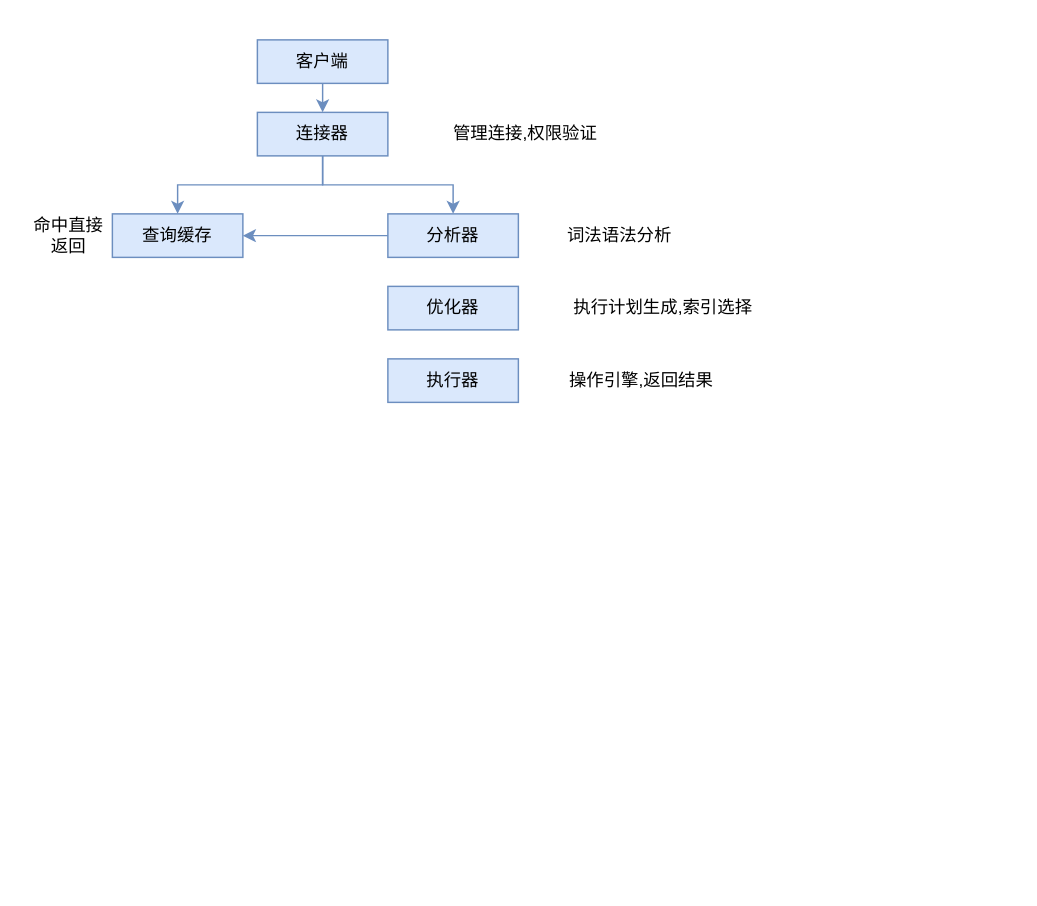
Earlier version of the draw.io diagram mysql.drawio (872575323/diagrams). Source tidied: cells renumbered, new cells numbered last; positions are measured from the earlier drawing's top-left corner, leaving out a move shared by most shapes. Both pictures are drawn from the tidied source at 145%, with x=0, y=0 at pixel (25, 39).
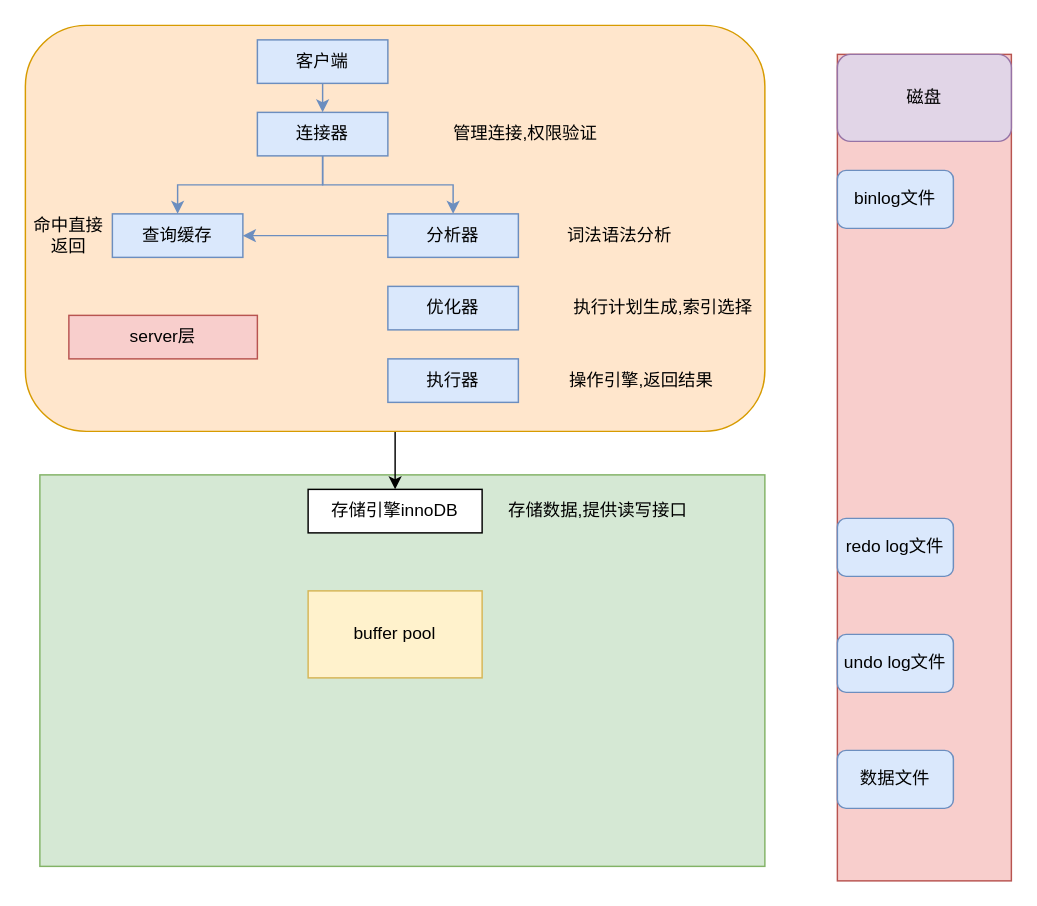
The same diagram, later.

The edit, as a diff of the source:
```diff
@@
+    <mxCell id="17" style="rounded=0;whiteSpace=wrap;html=1;fillColor=#d5e8d4;strokeColor=#82b366;" parent="1" vertex="1">
+      <mxGeometry x="10" y="300" width="500" height="270" as="geometry" />
+    </mxCell>
+    <mxCell id="18" style="edgeStyle=orthogonalEdgeStyle;rounded=0;jettySize=auto;html=1;exitX=0.5;exitY=1;exitDx=0;exitDy=0;entryX=0.5;entryY=0;entryDx=0;entryDy=0;" parent="1" edge="1" source="19" target="21">
+      <mxGeometry relative="1" as="geometry" />
+    </mxCell>
+    <mxCell id="19" style="rounded=1;whiteSpace=wrap;html=1;fillColor=#ffe6cc;strokeColor=#d79b00;" parent="1" vertex="1">
+      <mxGeometry y="-10" width="510" height="280" as="geometry" />
+    </mxCell>
@@
+    <mxCell id="20" value="server层" style="text;html=1;strokeColor=#b85450;fillColor=#f8cecc;align=center;verticalAlign=middle;whiteSpace=wrap;rounded=0;" parent="1" vertex="1">
+      <mxGeometry x="30" y="190" width="130" height="30" as="geometry" />
+    </mxCell>
+    <mxCell id="21" value="存储引擎innoDB" style="rounded=0;whiteSpace=wrap;html=1;fillColor=default;gradientColor=none;" parent="1" vertex="1">
+      <mxGeometry x="195" y="310" width="120" height="30" as="geometry" />
+    </mxCell>
+    <mxCell id="22" value="存储数据,提供读写接口" style="text;html=1;strokeColor=none;fillColor=none;align=center;verticalAlign=middle;whiteSpace=wrap;rounded=0;" parent="1" vertex="1">
+      <mxGeometry x="330" y="310" width="130" height="30" as="geometry" />
+    </mxCell>
+    <mxCell id="23" style="edgeStyle=orthogonalEdgeStyle;rounded=0;orthogonalLoop=1;jettySize=auto;html=1;exitX=0.5;exitY=1;exitDx=0;exitDy=0;" parent="1" edge="1" source="21" target="21">
+      <mxGeometry relative="1" as="geometry" />
+    </mxCell>
+    <mxCell id="24" style="edgeStyle=orthogonalEdgeStyle;rounded=0;orthogonalLoop=1;jettySize=auto;html=1;exitX=0.5;exitY=1;exitDx=0;exitDy=0;" parent="1" edge="1" source="17" target="17">
+      <mxGeometry relative="1" as="geometry" />
+    </mxCell>
+    <mxCell id="25" value="buffer pool" style="rounded=0;whiteSpace=wrap;html=1;fillColor=#fff2cc;strokeColor=#d6b656;" parent="1" vertex="1">
+      <mxGeometry x="195" y="380" width="120" height="60" as="geometry" />
+    </mxCell>
+    <mxCell id="26" style="rounded=0;whiteSpace=wrap;html=1;fillColor=#f8cecc;strokeColor=#b85450;" parent="1" vertex="1">
+      <mxGeometry x="560" y="10" width="120" height="570" as="geometry" />
+    </mxCell>
+    <mxCell id="27" value="binlog文件" style="rounded=1;whiteSpace=wrap;html=1;fillColor=#dae8fc;strokeColor=#6c8ebf;" parent="1" vertex="1">
+      <mxGeometry x="560" y="90" width="80" height="40" as="geometry" />
+    </mxCell>
+    <mxCell id="28" value="redo log文件" style="rounded=1;whiteSpace=wrap;html=1;fillColor=#dae8fc;strokeColor=#6c8ebf;" parent="1" vertex="1">
+      <mxGeometry x="560" y="330" width="80" height="40" as="geometry" />
+    </mxCell>
+    <mxCell id="29" value="undo log文件" style="rounded=1;whiteSpace=wrap;html=1;fillColor=#dae8fc;strokeColor=#6c8ebf;" parent="1" vertex="1">
+      <mxGeometry x="560" y="410" width="80" height="40" as="geometry" />
+    </mxCell>
+    <mxCell id="30" value="数据文件" style="rounded=1;whiteSpace=wrap;html=1;fillColor=#dae8fc;strokeColor=#6c8ebf;" parent="1" vertex="1">
+      <mxGeometry x="560" y="490" width="80" height="40" as="geometry" />
+    </mxCell>
+    <mxCell id="31" value="磁盘" style="rounded=1;whiteSpace=wrap;html=1;fillColor=#e1d5e7;strokeColor=#9673a6;" parent="1" vertex="1">
+      <mxGeometry x="560" y="10" width="120" height="60" as="geometry" />
+    </mxCell>
```
